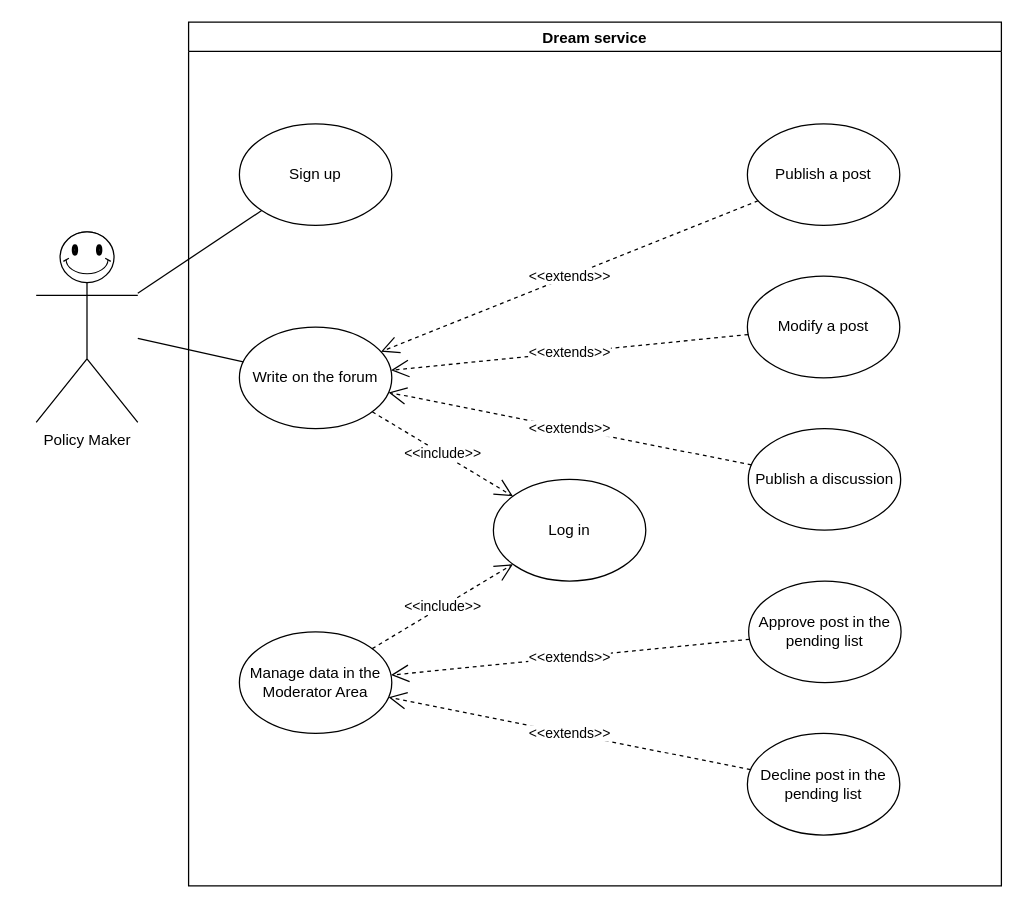
This is page "Policy Maker" (2 of 4) of UseCase.drawio from matteovisotto/SE2-CecchettoSirianiVisotto, a draw.io file, before an edit. Source tidied: cells renumbered, new cells numbered last; positions are measured from the earlier drawing's top-left corner, leaving out a move shared by most shapes. Both pictures are drawn from the tidied source at 127%, with x=0, y=0 at pixel (36, 22).
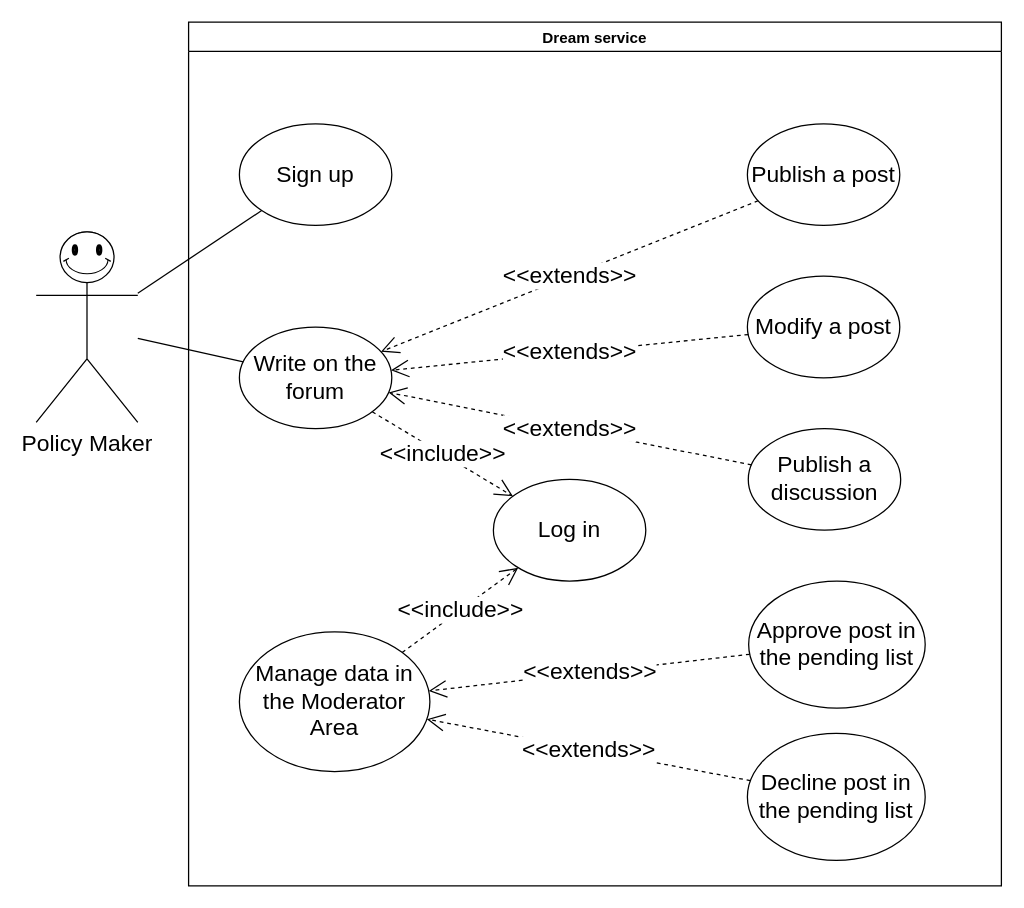
Above is the later version.

Unchanged cells that the change refers to:
```xml
<mxCell id="3" value="Dream service" style="swimlane;" parent="1" vertex="1">
  <mxGeometry x="120" width="640" height="680" as="geometry" />
</mxCell>
```

The edit, as a diff of the source:
```diff
@@
-    <mxCell id="2" value="Policy Maker" style="shape=umlActor;verticalLabelPosition=bottom;verticalAlign=top;html=1;outlineConnect=0;" parent="1" vertex="1">
+    <mxCell id="2" value="&lt;font style=&quot;font-size: 18px&quot;&gt;Policy Maker&lt;/font&gt;" style="shape=umlActor;verticalLabelPosition=bottom;verticalAlign=top;html=1;outlineConnect=0;" parent="1" vertex="1">
       <mxGeometry y="165" width="80" height="150" as="geometry" />
     </mxCell>
@@
-    <mxCell id="4" value="Sign up" style="ellipse;whiteSpace=wrap;html=1;" parent="3" vertex="1">
+    <mxCell id="4" value="&lt;font style=&quot;font-size: 18px&quot;&gt;Sign up&lt;/font&gt;" style="ellipse;whiteSpace=wrap;html=1;" parent="3" vertex="1">
       <mxGeometry x="40" y="80" width="120" height="80" as="geometry" />
     </mxCell>
-    <mxCell id="5" value="Publish a post" style="ellipse;whiteSpace=wrap;html=1;" parent="3" vertex="1">
+    <mxCell id="5" value="&lt;font style=&quot;font-size: 18px&quot;&gt;Publish a post&lt;/font&gt;" style="ellipse;whiteSpace=wrap;html=1;" parent="3" vertex="1">
       <mxGeometry x="440" y="80" width="120" height="80" as="geometry" />
     </mxCell>
-    <mxCell id="6" value="Modify a post" style="ellipse;whiteSpace=wrap;html=1;" parent="3" vertex="1">
+    <mxCell id="6" value="&lt;font style=&quot;font-size: 18px&quot;&gt;Modify a post&lt;/font&gt;" style="ellipse;whiteSpace=wrap;html=1;" parent="3" vertex="1">
       <mxGeometry x="440" y="200" width="120" height="80" as="geometry" />
     </mxCell>
-    <mxCell id="7" value="Log in" style="ellipse;whiteSpace=wrap;html=1;" parent="3" vertex="1">
+    <mxCell id="7" value="&lt;font style=&quot;font-size: 18px&quot;&gt;Log in&lt;/font&gt;" style="ellipse;whiteSpace=wrap;html=1;" parent="3" vertex="1">
       <mxGeometry x="240" y="360" width="120" height="80" as="geometry" />
     </mxCell>
-    <mxCell id="8" value="&amp;lt;&amp;lt;include&amp;gt;&amp;gt;" style="endArrow=open;endSize=12;dashed=1;html=1;rounded=0;" parent="3" edge="1" source="9" target="7">
+    <mxCell id="8" value="&lt;font style=&quot;font-size: 18px&quot;&gt;&amp;lt;&amp;lt;include&amp;gt;&amp;gt;&lt;/font&gt;" style="endArrow=open;endSize=12;dashed=1;html=1;rounded=0;" parent="3" edge="1" source="9" target="7">
       <mxGeometry relative="1" as="geometry" />
     </mxCell>
-    <mxCell id="9" value="Write on the forum" style="ellipse;whiteSpace=wrap;html=1;" parent="3" vertex="1">
+    <mxCell id="9" value="&lt;font style=&quot;font-size: 18px&quot;&gt;Write on the forum&lt;/font&gt;" style="ellipse;whiteSpace=wrap;html=1;" parent="3" vertex="1">
       <mxGeometry x="40" y="240" width="120" height="80" as="geometry" />
     </mxCell>
-    <mxCell id="10" value="&amp;lt;&amp;lt;extends&amp;gt;&amp;gt;" style="endArrow=open;endSize=12;dashed=1;html=1;rounded=0;" parent="3" edge="1" source="5" target="9">
+    <mxCell id="10" value="&lt;font style=&quot;font-size: 18px&quot;&gt;&amp;lt;&amp;lt;extends&amp;gt;&amp;gt;&lt;/font&gt;" style="endArrow=open;endSize=12;dashed=1;html=1;rounded=0;" parent="3" edge="1" source="5" target="9">
       <mxGeometry relative="1" as="geometry" />
     </mxCell>
-    <mxCell id="11" value="&amp;lt;&amp;lt;extends&amp;gt;&amp;gt;" style="endArrow=open;endSize=12;dashed=1;html=1;rounded=0;" parent="3" edge="1" source="6" target="9">
+    <mxCell id="11" value="&lt;font style=&quot;font-size: 18px&quot;&gt;&amp;lt;&amp;lt;extends&amp;gt;&amp;gt;&lt;/font&gt;" style="endArrow=open;endSize=12;dashed=1;html=1;rounded=0;" parent="3" edge="1" source="6" target="9">
       <mxGeometry relative="1" as="geometry" />
     </mxCell>
-    <mxCell id="12" value="Manage data in the Moderator Area" style="ellipse;whiteSpace=wrap;html=1;" parent="3" vertex="1">
-      <mxGeometry x="40" y="480" width="120" height="80" as="geometry" />
+    <mxCell id="12" value="&lt;font style=&quot;font-size: 18px&quot;&gt;Manage data in the Moderator Area&lt;/font&gt;" style="ellipse;whiteSpace=wrap;html=1;" parent="3" vertex="1">
+      <mxGeometry x="40" y="480" width="150" height="110" as="geometry" />
     </mxCell>
-    <mxCell id="13" value="&amp;lt;&amp;lt;include&amp;gt;&amp;gt;" style="endArrow=open;endSize=12;dashed=1;html=1;rounded=0;" parent="3" edge="1" source="12" target="7">
+    <mxCell id="13" value="&lt;font style=&quot;font-size: 18px&quot;&gt;&amp;lt;&amp;lt;include&amp;gt;&amp;gt;&lt;/font&gt;" style="endArrow=open;endSize=12;dashed=1;html=1;rounded=0;" parent="3" edge="1" source="12" target="7">
       <mxGeometry relative="1" as="geometry" />
     </mxCell>
-    <mxCell id="14" value="Publish a discussion" style="ellipse;whiteSpace=wrap;html=1;" parent="3" vertex="1">
+    <mxCell id="14" value="&lt;font style=&quot;font-size: 18px&quot;&gt;Publish a discussion&lt;/font&gt;" style="ellipse;whiteSpace=wrap;html=1;" parent="3" vertex="1">
       <mxGeometry x="440.7" y="320" width="120" height="80" as="geometry" />
     </mxCell>
-    <mxCell id="15" value="&amp;lt;&amp;lt;extends&amp;gt;&amp;gt;" style="endArrow=open;endSize=12;dashed=1;html=1;rounded=0;" parent="3" edge="1" source="14" target="9">
+    <mxCell id="15" value="&lt;font style=&quot;font-size: 18px&quot;&gt;&amp;lt;&amp;lt;extends&amp;gt;&amp;gt;&lt;/font&gt;" style="endArrow=open;endSize=12;dashed=1;html=1;rounded=0;" parent="3" edge="1" source="14" target="9">
       <mxGeometry relative="1" as="geometry" />
     </mxCell>
-    <mxCell id="16" value="Approve post in the pending list" style="ellipse;whiteSpace=wrap;html=1;" parent="3" vertex="1">
-      <mxGeometry x="441" y="440" width="120" height="80" as="geometry" />
+    <mxCell id="16" value="&lt;font style=&quot;font-size: 18px&quot;&gt;Approve post in the pending list&lt;/font&gt;" style="ellipse;whiteSpace=wrap;html=1;" parent="3" vertex="1">
+      <mxGeometry x="441" y="440" width="139" height="100" as="geometry" />
     </mxCell>
-    <mxCell id="17" value="Decline post in the pending list" style="ellipse;whiteSpace=wrap;html=1;" parent="3" vertex="1">
-      <mxGeometry x="440" y="560" width="120" height="80" as="geometry" />
+    <mxCell id="17" value="&lt;font style=&quot;font-size: 18px&quot;&gt;Decline post in the pending list&lt;/font&gt;" style="ellipse;whiteSpace=wrap;html=1;" parent="3" vertex="1">
+      <mxGeometry x="440" y="560" width="140" height="100" as="geometry" />
     </mxCell>
-    <mxCell id="18" value="&amp;lt;&amp;lt;extends&amp;gt;&amp;gt;" style="endArrow=open;endSize=12;dashed=1;html=1;rounded=0;" parent="3" edge="1" source="16" target="12">
+    <mxCell id="18" value="&lt;font style=&quot;font-size: 18px&quot;&gt;&amp;lt;&amp;lt;extends&amp;gt;&amp;gt;&lt;/font&gt;" style="endArrow=open;endSize=12;dashed=1;html=1;rounded=0;" parent="3" edge="1" source="16" target="12">
       <mxGeometry relative="1" as="geometry" />
     </mxCell>
-    <mxCell id="19" value="&amp;lt;&amp;lt;extends&amp;gt;&amp;gt;" style="endArrow=open;endSize=12;dashed=1;html=1;rounded=0;" parent="3" edge="1" source="17" target="12">
+    <mxCell id="19" value="&lt;font style=&quot;font-size: 18px&quot;&gt;&amp;lt;&amp;lt;extends&amp;gt;&amp;gt;&lt;/font&gt;" style="endArrow=open;endSize=12;dashed=1;html=1;rounded=0;" parent="3" edge="1" source="17" target="12">
       <mxGeometry relative="1" as="geometry" />
     </mxCell>
```
